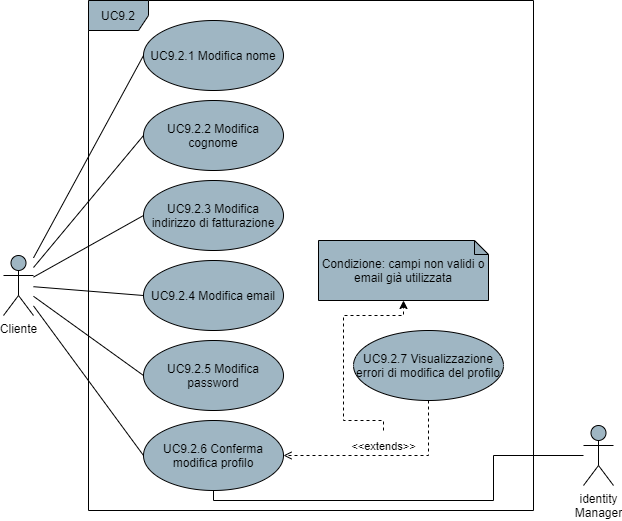
Earlier version of the draw.io export DocumentazioneEsterna/AnalisiDeiRequisiti/res/UseCase/Immagini/ModificaProfilo.png (Omicron-Team/Documentazione). Source tidied: cells renumbered, new cells last; positions are measured from the earlier drawing's top-left corner, leaving out a move shared by most shapes.
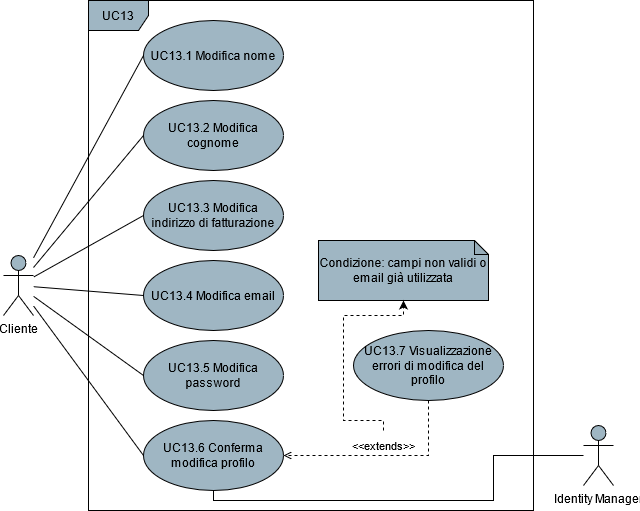
After the change.

Diff of the diagram source:
```diff
@@ -23,28 +23,28 @@
     <mxCell id="8" value="Cliente" style="shape=umlActor;verticalLabelPosition=bottom;verticalAlign=top;html=1;fillColor=#9FB6C3;" parent="1" vertex="1">
       <mxGeometry y="255" width="30" height="60" as="geometry" />
     </mxCell>
-    <mxCell id="9" value="UC9.2" style="shape=umlFrame;whiteSpace=wrap;html=1;fillColor=#9FB6C3;" parent="1" vertex="1">
+    <mxCell id="9" value="UC13" style="shape=umlFrame;whiteSpace=wrap;html=1;fillColor=#9FB6C3;" parent="1" vertex="1">
       <mxGeometry x="85" width="445" height="510" as="geometry" />
     </mxCell>
-    <mxCell id="10" value="UC9.2.1 Modifica nome" style="ellipse;whiteSpace=wrap;html=1;fillColor=#9FB6C3;" parent="1" vertex="1">
+    <mxCell id="10" value="UC13.1 Modifica nome" style="ellipse;whiteSpace=wrap;html=1;fillColor=#9FB6C3;" parent="1" vertex="1">
       <mxGeometry x="140" y="20" width="140" height="70" as="geometry" />
     </mxCell>
-    <mxCell id="11" value="UC9.2.2 Modifica cognome" style="ellipse;whiteSpace=wrap;html=1;fillColor=#9FB6C3;" parent="1" vertex="1">
+    <mxCell id="11" value="UC13.2 Modifica cognome" style="ellipse;whiteSpace=wrap;html=1;fillColor=#9FB6C3;" parent="1" vertex="1">
       <mxGeometry x="140" y="100" width="140" height="70" as="geometry" />
     </mxCell>
-    <mxCell id="12" value="UC9.2.3 Modifica&lt;br&gt;indirizzo di fatturazione" style="ellipse;whiteSpace=wrap;html=1;fillColor=#9FB6C3;" parent="1" vertex="1">
+    <mxCell id="12" value="UC13.3 Modifica&lt;br&gt;indirizzo di fatturazione" style="ellipse;whiteSpace=wrap;html=1;fillColor=#9FB6C3;" parent="1" vertex="1">
       <mxGeometry x="140" y="180" width="140" height="70" as="geometry" />
     </mxCell>
-    <mxCell id="13" value="UC9.2.4 Modifica email" style="ellipse;whiteSpace=wrap;html=1;fillColor=#9FB6C3;" parent="1" vertex="1">
+    <mxCell id="13" value="UC13.4 Modifica email" style="ellipse;whiteSpace=wrap;html=1;fillColor=#9FB6C3;" parent="1" vertex="1">
       <mxGeometry x="140" y="260" width="140" height="70" as="geometry" />
     </mxCell>
-    <mxCell id="14" value="UC9.2.6 Conferma modifica profilo" style="ellipse;whiteSpace=wrap;html=1;fillColor=#9FB6C3;" parent="1" vertex="1">
+    <mxCell id="14" value="UC13.6 Conferma modifica profilo" style="ellipse;whiteSpace=wrap;html=1;fillColor=#9FB6C3;" parent="1" vertex="1">
       <mxGeometry x="140" y="420" width="140" height="70" as="geometry" />
     </mxCell>
     <mxCell id="15" value="&amp;lt;&amp;lt;extends&amp;gt;&amp;gt;" style="edgeStyle=orthogonalEdgeStyle;rounded=0;jettySize=auto;html=1;exitX=0.5;exitY=1;exitDx=0;exitDy=0;entryX=1;entryY=0.5;entryDx=0;entryDy=0;endArrow=open;endFill=0;dashed=1;verticalAlign=bottom;align=center;" parent="1" edge="1" source="16" target="14">
       <mxGeometry relative="1" as="geometry" />
     </mxCell>
-    <mxCell id="16" value="UC9.2.7 Visualizzazione errori di modifica del profilo" style="ellipse;whiteSpace=wrap;html=1;fillColor=#9FB6C3;" parent="1" vertex="1">
+    <mxCell id="16" value="UC13.7 Visualizzazione errori di modifica del profilo" style="ellipse;whiteSpace=wrap;html=1;fillColor=#9FB6C3;" parent="1" vertex="1">
       <mxGeometry x="350" y="330" width="150" height="70" as="geometry" />
     </mxCell>
     <mxCell id="17" value="Condizione: campi non validi o email già utilizzata" style="shape=note;whiteSpace=wrap;html=1;backgroundOutline=1;darkOpacity=0.05;size=14;fillColor=#9FB6C3;" parent="1" vertex="1">
@@ -61,7 +61,7 @@
         </Array>
       </mxGeometry>
     </mxCell>
-    <mxCell id="19" value="UC9.2.5 Modifica password" style="ellipse;whiteSpace=wrap;html=1;fillColor=#9FB6C3;" parent="1" vertex="1">
+    <mxCell id="19" value="UC13.5 Modifica password" style="ellipse;whiteSpace=wrap;html=1;fillColor=#9FB6C3;" parent="1" vertex="1">
       <mxGeometry x="140" y="340" width="140" height="70" as="geometry" />
     </mxCell>
     <mxCell id="20" style="edgeStyle=orthogonalEdgeStyle;rounded=0;jettySize=auto;html=1;endArrow=none;endFill=0;endSize=10;" parent="1" edge="1" source="21" target="14">
@@ -73,7 +73,7 @@
         </Array>
       </mxGeometry>
     </mxCell>
-    <mxCell id="21" value="identity&lt;br&gt;Manager" style="shape=umlActor;verticalLabelPosition=bottom;verticalAlign=top;html=1;fillColor=#9FB6C3;" parent="1" vertex="1">
+    <mxCell id="21" value="Identity Manager" style="shape=umlActor;verticalLabelPosition=bottom;verticalAlign=top;html=1;fillColor=#9FB6C3;" parent="1" vertex="1">
       <mxGeometry x="580" y="425" width="30" height="60" as="geometry" />
     </mxCell>
   </root>
```
